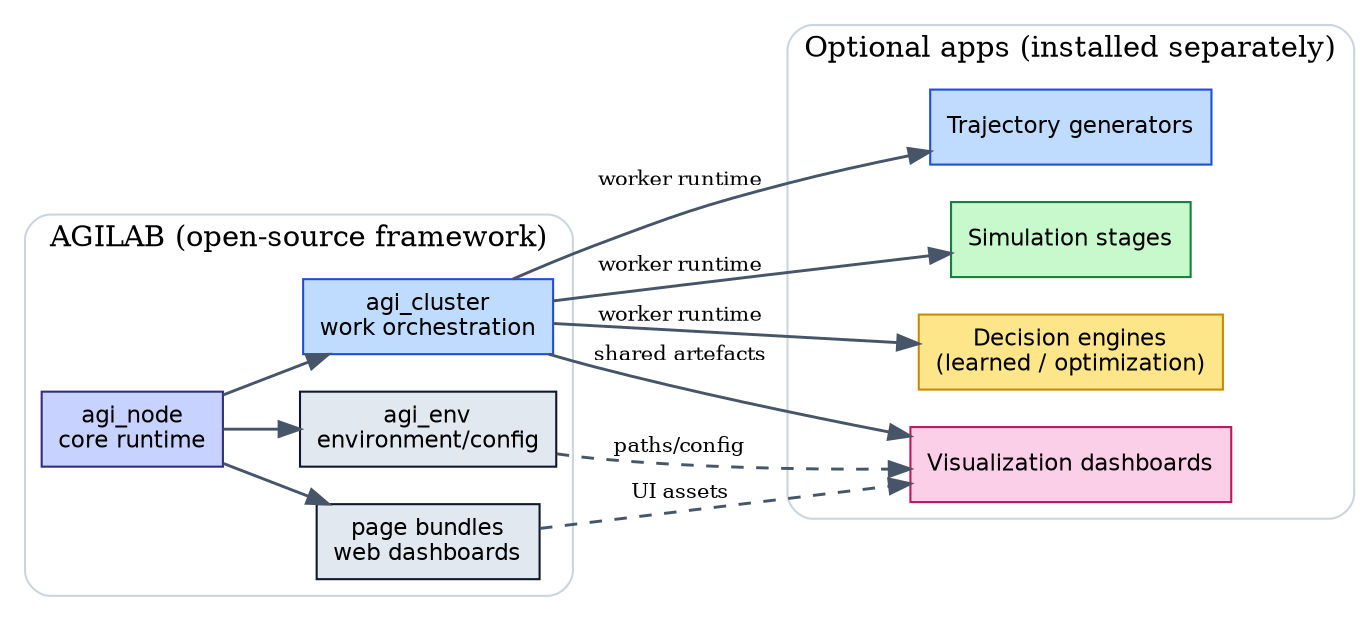
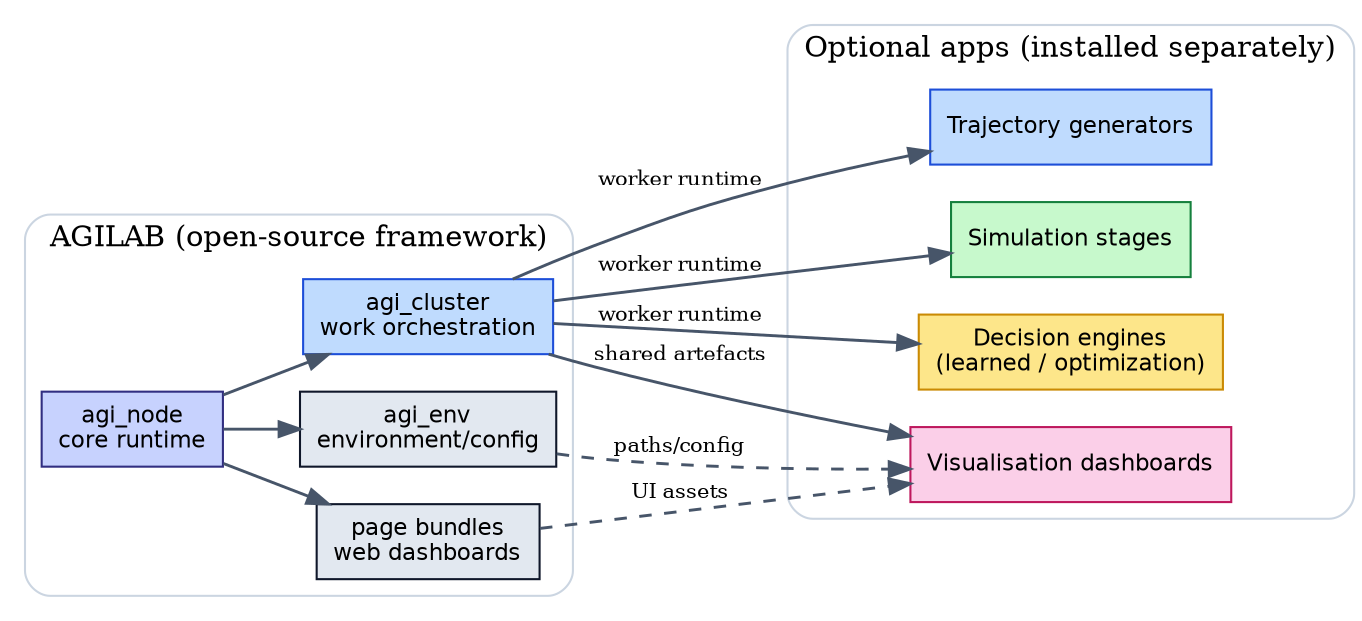
digraph RepoSplit {
  rankdir=LR;
  node [shape=box, style=filled, color="#0f172a", fillcolor="#e2e8f0", fontname="Helvetica", fontsize=11];
  edge [color="#475569", penwidth=1.4];

  subgraph cluster_framework {
    label="AGILAB (open-source framework)";
    style=rounded;
    color="#cbd5e1";
    FrameworkCore [label="agi_node\ncore runtime", fillcolor="#c7d2fe", color="#312e81"];
    FrameworkCluster [label="agi_cluster\nwork orchestration", fillcolor="#bfdbfe", color="#1d4ed8"];
    FrameworkEnv [label="agi_env\nenvironment/config"];
    FrameworkPages [label="page bundles\nweb dashboards"];
  }

  subgraph cluster_apps {
    label="Optional apps (installed separately)";
    style=rounded;
    color="#cbd5e1";
    AppTraj [label="Trajectory generators", fillcolor="#bfdbfe", color="#1d4ed8"];
    AppSim [label="Simulation stages", fillcolor="#c7f9cc", color="#15803d"];
    AppDecision [label="Decision engines\n(learned / optimization)", fillcolor="#fde68a", color="#ca8a04"];
-     AppViz [label="Visualization dashboards", fillcolor="#fbcfe8", color="#be185d"];
+     AppViz [label="Visualisation dashboards", fillcolor="#fbcfe8", color="#be185d"];
  }

  FrameworkCore -> FrameworkCluster;
  FrameworkCore -> FrameworkEnv;
  FrameworkCore -> FrameworkPages;
  FrameworkCluster -> AppTraj [label="worker runtime", fontsize=10];
  FrameworkCluster -> AppSim [label="worker runtime", fontsize=10];
  FrameworkCluster -> AppDecision [label="worker runtime", fontsize=10];
  FrameworkCluster -> AppViz [label="shared artefacts", fontsize=10];
  FrameworkEnv -> AppViz [style=dashed, label="paths/config", fontsize=10];
  FrameworkPages -> AppViz [style=dashed, label="UI assets", fontsize=10];
}
